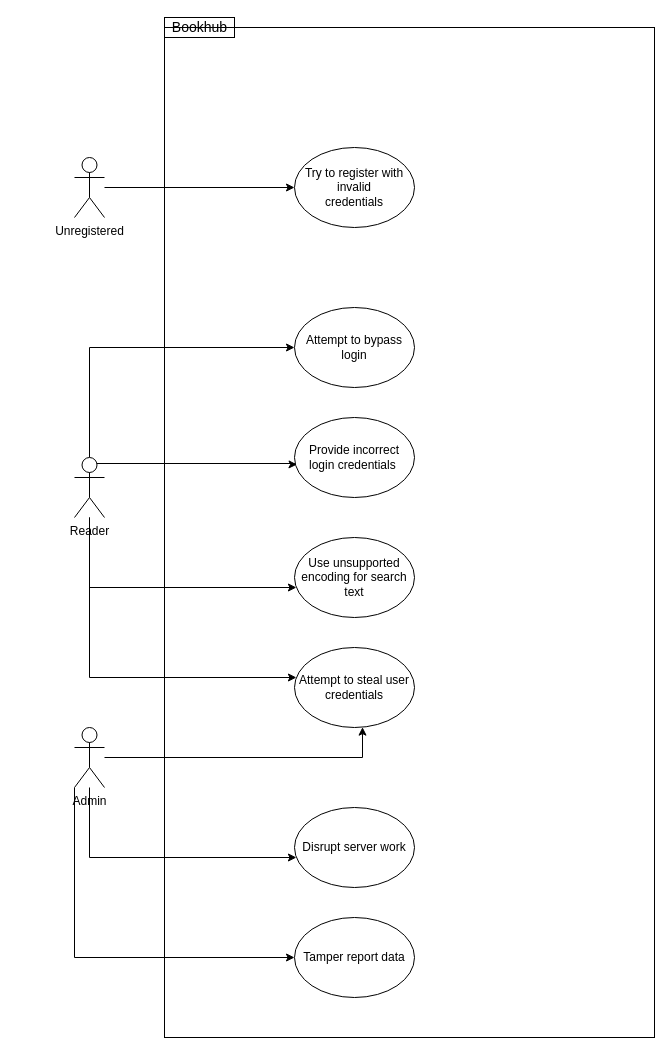
This is page "project-abuse-case" (2 of 3) of project/hss-project-use-cases.drawio from ivanchuchulski/highly-secure-software, a draw.io file, before an edit. Source tidied: cells renumbered, new cells numbered last; positions are measured from the earlier drawing's top-left corner, leaving out a move shared by most shapes. Both pictures are drawn from the tidied source at 100%, with x=0, y=0 at pixel (74, 17).
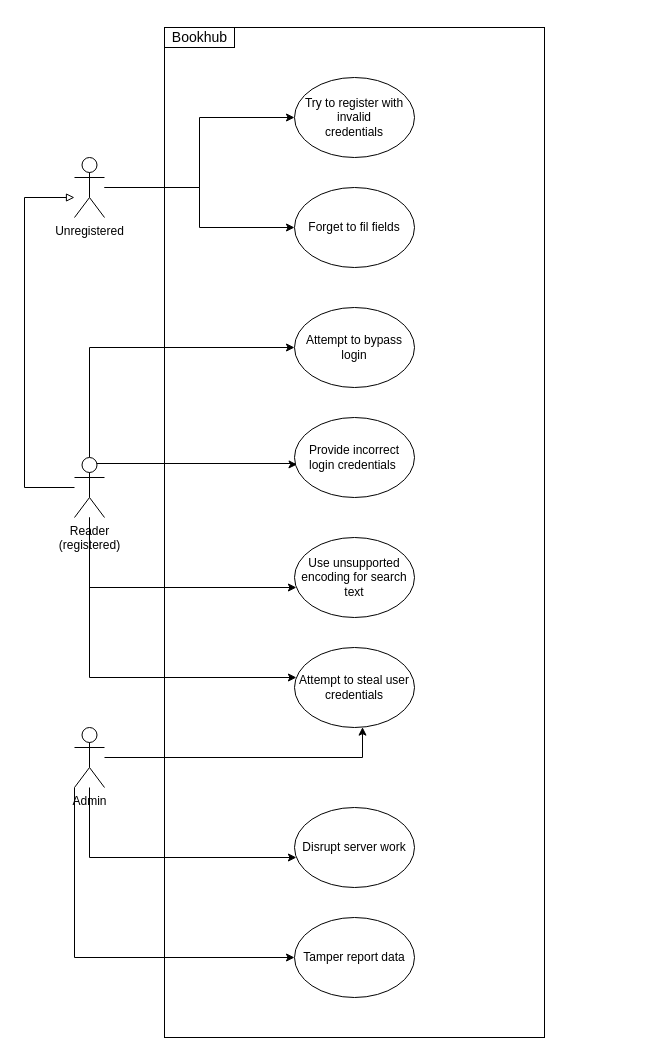
The same page after the edit.

The change refers to these unchanged cells:
```xml
<mxCell id="22" value="Unregistered" style="shape=umlActor;verticalLabelPosition=bottom;verticalAlign=top;html=1;outlineConnect=0;" parent="1" vertex="1">
  <mxGeometry y="140" width="30" height="60" as="geometry" />
</mxCell>
```

The edit, as a diff of the source:
```diff
@@
     <mxCell id="2" style="rounded=0;whiteSpace=wrap;html=1;fontSize=14;strokeColor=default;verticalAlign=middle;" parent="1" vertex="1">
-      <mxGeometry x="90" y="10" width="490" height="1010" as="geometry" />
+      <mxGeometry x="90" y="10" width="380" height="1010" as="geometry" />
     </mxCell>
@@
+    <mxCell id="24" style="edgeStyle=orthogonalEdgeStyle;rounded=0;jettySize=auto;html=1;endArrow=block;endFill=0;" parent="1" edge="1" source="11" target="22">
+      <mxGeometry relative="1" as="geometry">
+        <Array as="points">
+          <mxPoint x="-50" y="470" />
+          <mxPoint x="-50" y="180" />
+        </Array>
+      </mxGeometry>
+    </mxCell>
-    <mxCell id="11" value="Reader" style="shape=umlActor;verticalLabelPosition=bottom;verticalAlign=top;html=1;outlineConnect=0;" parent="1" vertex="1">
+    <mxCell id="11" value="Reader&lt;br&gt;(registered)" style="shape=umlActor;verticalLabelPosition=bottom;verticalAlign=top;html=1;outlineConnect=0;" parent="1" vertex="1">
       <mxGeometry y="440" width="30" height="60" as="geometry" />
     </mxCell>
@@
     <mxCell id="13" style="edgeStyle=orthogonalEdgeStyle;rounded=0;orthogonalLoop=1;jettySize=auto;html=1;fontSize=14;endArrow=block;endFill=0;" parent="1" edge="1">
       <mxGeometry relative="1" as="geometry">
-        <mxPoint x="198.1" y="150" as="targetPoint" />
+        <mxPoint x="53.1" y="150" as="targetPoint" />
         <Array as="points">
-          <mxPoint x="295" y="150" />
+          <mxPoint x="150" y="150" />
         </Array>
       </mxGeometry>
     </mxCell>
     <mxCell id="14" value="Try to register with invalid &lt;br&gt;credentials" style="ellipse;whiteSpace=wrap;html=1;strokeColor=default;" parent="1" vertex="1">
-      <mxGeometry x="220" y="130" width="120" height="80" as="geometry" />
+      <mxGeometry x="220" y="60" width="120" height="80" as="geometry" />
     </mxCell>
     <mxCell id="15" style="edgeStyle=orthogonalEdgeStyle;rounded=0;orthogonalLoop=1;jettySize=auto;html=1;fontSize=14;endArrow=block;endFill=0;exitX=0.008;exitY=0.6;exitDx=0;exitDy=0;exitPerimeter=0;" parent="1" edge="1">
       <mxGeometry relative="1" as="geometry">
-        <mxPoint x="140" y="180" as="targetPoint" />
+        <mxPoint x="-5" y="180" as="targetPoint" />
         <Array as="points">
-          <mxPoint x="251" y="260" />
-          <mxPoint x="140" y="260" />
+          <mxPoint x="106" y="260" />
+          <mxPoint x="-5" y="260" />
         </Array>
       </mxGeometry>
     </mxCell>
@@
     <mxCell id="19" value="Bookhub" style="text;html=1;align=center;verticalAlign=middle;strokeColor=default;fillColor=none;fontSize=14;" parent="1" vertex="1">
-      <mxGeometry x="90" width="70" height="20" as="geometry" />
+      <mxGeometry x="90" y="10" width="70" height="20" as="geometry" />
     </mxCell>
@@
+    <mxCell id="25" style="edgeStyle=orthogonalEdgeStyle;rounded=0;jettySize=auto;html=1;" parent="1" edge="1" source="22" target="26">
+      <mxGeometry relative="1" as="geometry" />
+    </mxCell>
@@
+    <mxCell id="26" value="Forget to fil fields" style="ellipse;whiteSpace=wrap;html=1;strokeColor=default;" parent="1" vertex="1">
+      <mxGeometry x="220" y="170" width="120" height="80" as="geometry" />
+    </mxCell>
```
